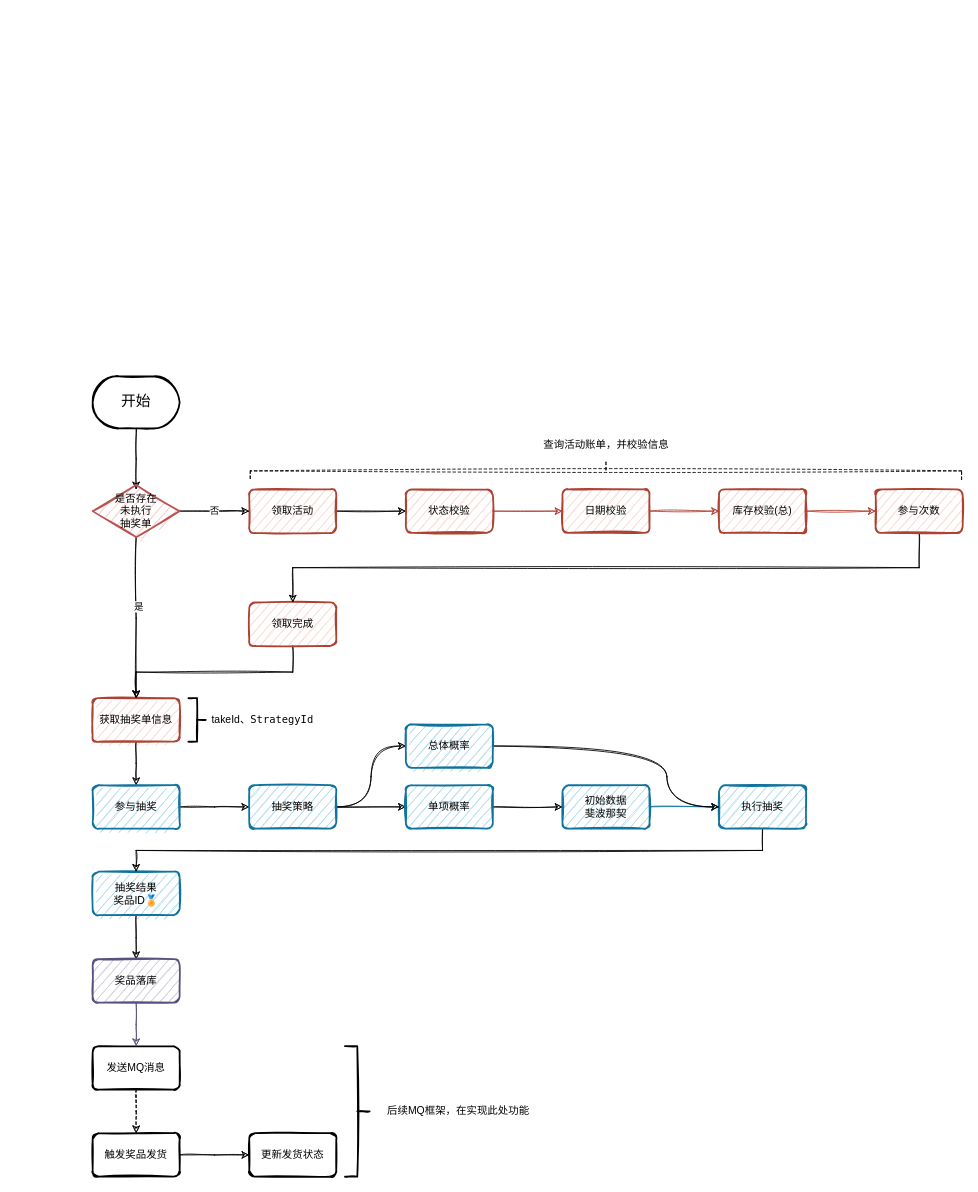
The draw.io diagram doc/assets/visio/抽奖系统.drawio in chen-cjj/lottery, before the edit. Source tidied: cells renumbered, new cells numbered last; positions are measured from the earlier drawing's top-left corner, leaving out a move shared by most shapes. Both pictures are drawn from the tidied source at 87%, with x=0, y=0 at pixel (92, 115).
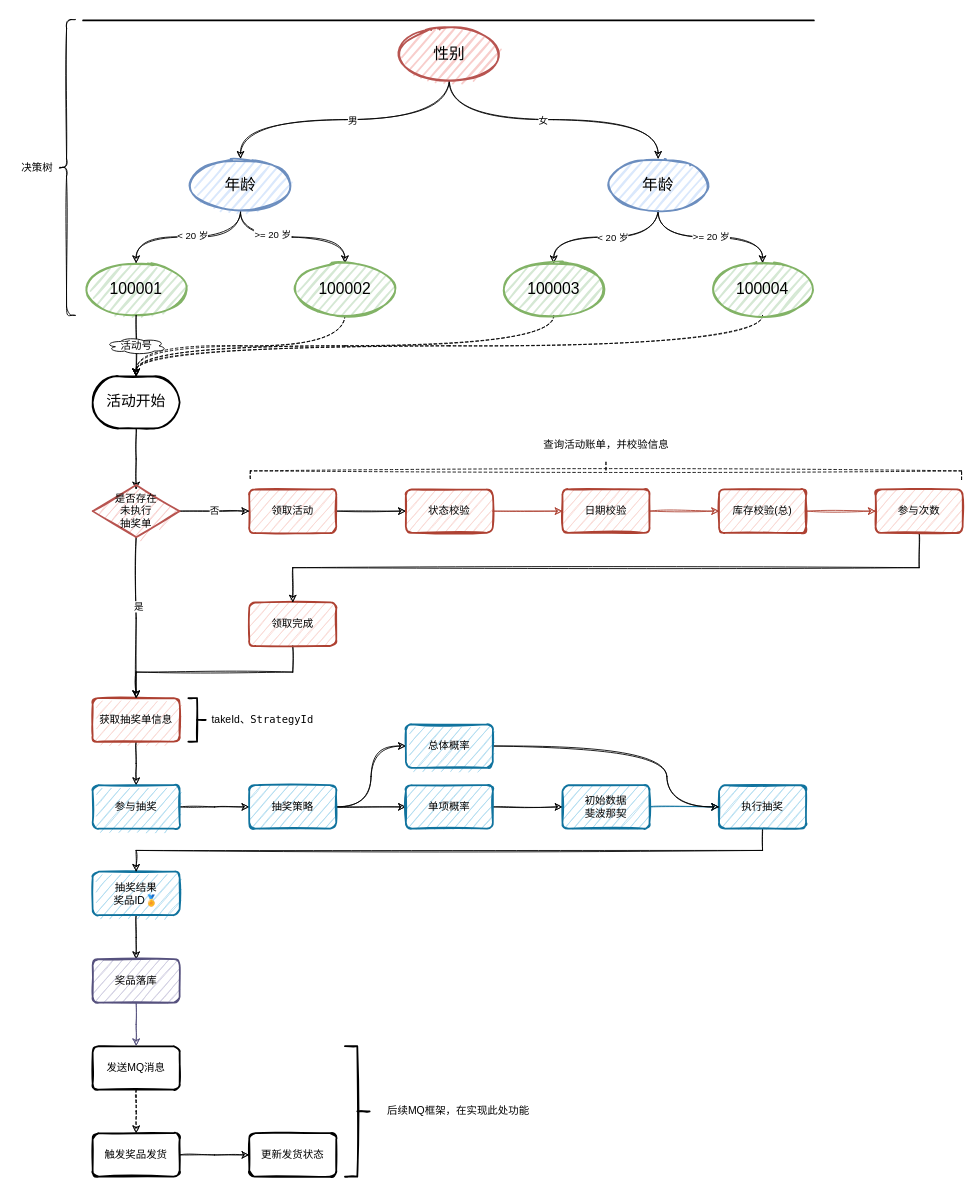
After the change.

The edit, as a diff of the source:
```diff
@@
-    <mxCell id="3" value="&lt;font style=&quot;font-size: 17px&quot;&gt;开始&lt;/font&gt;" style="strokeWidth=2;html=1;shape=mxgraph.flowchart.terminator;whiteSpace=wrap;sketch=1;" parent="1" vertex="1">
+    <mxCell id="3" value="&lt;font style=&quot;font-size: 17px&quot;&gt;活动开始&lt;/font&gt;" style="strokeWidth=2;html=1;shape=mxgraph.flowchart.terminator;whiteSpace=wrap;sketch=1;" parent="1" vertex="1">
       <mxGeometry y="300" width="100" height="60" as="geometry" />
     </mxCell>
@@
+    <mxCell id="50" style="edgeStyle=orthogonalEdgeStyle;curved=1;rounded=0;sketch=1;jettySize=auto;html=1;exitX=0.5;exitY=1;exitDx=0;exitDy=0;entryX=0.5;entryY=0;entryDx=0;entryDy=0;" parent="1" edge="1" source="54" target="59">
+      <mxGeometry relative="1" as="geometry" />
+    </mxCell>
+    <mxCell id="51" value="男" style="edgeLabel;html=1;align=center;verticalAlign=middle;" parent="50" vertex="1">
+      <mxGeometry x="-0.05" relative="1" as="geometry" />
+    </mxCell>
+    <mxCell id="52" style="edgeStyle=orthogonalEdgeStyle;curved=1;rounded=0;sketch=1;jettySize=auto;html=1;exitX=0.5;exitY=1;exitDx=0;exitDy=0;" parent="1" edge="1" source="54" target="64">
+      <mxGeometry relative="1" as="geometry" />
+    </mxCell>
+    <mxCell id="53" value="女" style="edgeLabel;html=1;align=center;verticalAlign=middle;" parent="52" vertex="1">
+      <mxGeometry x="-0.08" relative="1" as="geometry" />
+    </mxCell>
+    <mxCell id="54" value="&lt;font style=&quot;font-size: 18px&quot;&gt;性别&lt;/font&gt;" style="ellipse;whiteSpace=wrap;html=1;strokeWidth=2;fillWeight=2;hachureGap=8;fillColor=#f8cecc;fillStyle=dots;sketch=1;strokeColor=#b85450;" parent="1" vertex="1">
+      <mxGeometry x="350" y="-100" width="120" height="60" as="geometry" />
+    </mxCell>
+    <mxCell id="55" style="edgeStyle=orthogonalEdgeStyle;curved=1;rounded=0;sketch=1;jettySize=auto;html=1;exitX=0.5;exitY=1;exitDx=0;exitDy=0;" parent="1" edge="1" source="59" target="65">
+      <mxGeometry relative="1" as="geometry" />
+    </mxCell>
+    <mxCell id="56" value="&amp;lt; 20 岁" style="edgeLabel;html=1;align=center;verticalAlign=middle;" parent="55" vertex="1">
+      <mxGeometry x="-0.04" y="-2" relative="1" as="geometry" />
+    </mxCell>
+    <mxCell id="57" style="edgeStyle=orthogonalEdgeStyle;curved=1;rounded=0;sketch=1;jettySize=auto;html=1;exitX=0.5;exitY=1;exitDx=0;exitDy=0;entryX=0.5;entryY=0;entryDx=0;entryDy=0;" parent="1" edge="1" source="59" target="67">
+      <mxGeometry relative="1" as="geometry" />
+    </mxCell>
+    <mxCell id="58" value="&amp;gt;= 20 岁" style="edgeLabel;html=1;align=center;verticalAlign=middle;" parent="57" vertex="1">
+      <mxGeometry x="-0.27" y="4" relative="1" as="geometry" />
+    </mxCell>
+    <mxCell id="59" value="&lt;font style=&quot;font-size: 18px&quot;&gt;年龄&lt;/font&gt;" style="ellipse;whiteSpace=wrap;html=1;strokeWidth=2;fillWeight=2;hachureGap=8;fillColor=#dae8fc;fillStyle=dots;sketch=1;strokeColor=#6c8ebf;" parent="1" vertex="1">
+      <mxGeometry x="110" y="50" width="120" height="60" as="geometry" />
+    </mxCell>
+    <mxCell id="60" style="edgeStyle=orthogonalEdgeStyle;curved=1;rounded=0;sketch=1;jettySize=auto;html=1;exitX=0.5;exitY=1;exitDx=0;exitDy=0;entryX=0.5;entryY=0;entryDx=0;entryDy=0;" parent="1" edge="1" source="64" target="69">
+      <mxGeometry relative="1" as="geometry" />
+    </mxCell>
+    <mxCell id="61" value="&amp;lt; 20 岁" style="edgeLabel;html=1;align=center;verticalAlign=middle;" parent="60" vertex="1">
+      <mxGeometry x="-0.08" relative="1" as="geometry" />
+    </mxCell>
+    <mxCell id="62" style="edgeStyle=orthogonalEdgeStyle;curved=1;rounded=0;sketch=1;jettySize=auto;html=1;exitX=0.5;exitY=1;exitDx=0;exitDy=0;" parent="1" edge="1" source="64" target="71">
+      <mxGeometry relative="1" as="geometry" />
+    </mxCell>
+    <mxCell id="63" value="&amp;gt;= 20 岁" style="edgeLabel;html=1;align=center;verticalAlign=middle;" parent="62" vertex="1">
+      <mxGeometry y="1" relative="1" as="geometry" />
+    </mxCell>
+    <mxCell id="64" value="&lt;font style=&quot;font-size: 18px&quot;&gt;年龄&lt;/font&gt;" style="ellipse;whiteSpace=wrap;html=1;strokeWidth=2;fillWeight=2;hachureGap=8;fillColor=#dae8fc;fillStyle=dots;sketch=1;strokeColor=#6c8ebf;" parent="1" vertex="1">
+      <mxGeometry x="590" y="50" width="120" height="60" as="geometry" />
+    </mxCell>
+    <mxCell id="65" value="&lt;font style=&quot;font-size: 18px&quot;&gt;100001&lt;/font&gt;" style="ellipse;whiteSpace=wrap;html=1;strokeWidth=2;fillWeight=2;hachureGap=8;fillColor=#d5e8d4;fillStyle=dots;sketch=1;strokeColor=#82b366;" parent="1" vertex="1">
+      <mxGeometry x="-10" y="170" width="120" height="60" as="geometry" />
+    </mxCell>
+    <mxCell id="66" style="edgeStyle=orthogonalEdgeStyle;curved=1;rounded=0;sketch=1;jettySize=auto;html=1;exitX=0.5;exitY=1;exitDx=0;exitDy=0;dashed=1;strokeWidth=1;" parent="1" edge="1" source="67" target="3">
+      <mxGeometry relative="1" as="geometry" />
+    </mxCell>
+    <mxCell id="67" value="&lt;span style=&quot;font-size: 18px&quot;&gt;100002&lt;/span&gt;" style="ellipse;whiteSpace=wrap;html=1;strokeWidth=2;fillWeight=2;hachureGap=8;fillColor=#d5e8d4;fillStyle=dots;sketch=1;strokeColor=#82b366;" parent="1" vertex="1">
+      <mxGeometry x="230" y="170" width="120" height="60" as="geometry" />
+    </mxCell>
+    <mxCell id="68" style="edgeStyle=orthogonalEdgeStyle;curved=1;rounded=0;sketch=1;jettySize=auto;html=1;exitX=0.5;exitY=1;exitDx=0;exitDy=0;dashed=1;strokeWidth=1;" parent="1" edge="1" source="69" target="3">
+      <mxGeometry relative="1" as="geometry" />
+    </mxCell>
+    <mxCell id="69" value="&lt;span style=&quot;font-size: 18px&quot;&gt;100003&lt;/span&gt;" style="ellipse;whiteSpace=wrap;html=1;strokeWidth=2;fillWeight=2;hachureGap=8;fillColor=#d5e8d4;fillStyle=dots;sketch=1;strokeColor=#82b366;" parent="1" vertex="1">
+      <mxGeometry x="470" y="170" width="120" height="60" as="geometry" />
+    </mxCell>
+    <mxCell id="70" style="edgeStyle=orthogonalEdgeStyle;curved=1;rounded=0;sketch=1;jettySize=auto;html=1;exitX=0.5;exitY=1;exitDx=0;exitDy=0;entryX=0.5;entryY=0;entryDx=0;entryDy=0;entryPerimeter=0;dashed=1;strokeWidth=1;" parent="1" edge="1" source="71" target="3">
+      <mxGeometry relative="1" as="geometry" />
+    </mxCell>
+    <mxCell id="71" value="&lt;span style=&quot;font-size: 18px&quot;&gt;100004&lt;/span&gt;" style="ellipse;whiteSpace=wrap;html=1;strokeWidth=2;fillWeight=2;hachureGap=8;fillColor=#d5e8d4;fillStyle=dots;sketch=1;strokeColor=#82b366;" parent="1" vertex="1">
+      <mxGeometry x="710" y="170" width="120" height="60" as="geometry" />
+    </mxCell>
+    <mxCell id="72" style="endArrow=classic;html=1;exitX=0.5;exitY=1;exitDx=0;exitDy=0;entryX=0.5;entryY=0;entryDx=0;entryDy=0;entryPerimeter=0;sketch=1;" parent="1" edge="1" source="65" target="3">
+      <mxGeometry relative="1" as="geometry" />
+    </mxCell>
+    <mxCell id="73" value="活动号" style="shape=cloud;html=1;" parent="72" vertex="1">
+      <mxGeometry width="70" height="20" relative="1" as="geometry">
+        <mxPoint x="-35" y="-10" as="offset" />
+      </mxGeometry>
+    </mxCell>
+    <mxCell id="74" style="shape=curlyBracket;whiteSpace=wrap;html=1;rounded=1;sketch=1;" parent="1" vertex="1">
+      <mxGeometry x="-40" y="-110" width="20" height="340" as="geometry" />
+    </mxCell>
+    <mxCell id="75" value="决策树" style="text;html=1;align=center;verticalAlign=middle;" parent="1" vertex="1">
+      <mxGeometry x="-89" y="51" width="50" height="20" as="geometry" />
+    </mxCell>
+    <mxCell id="76" style="line;strokeWidth=2;html=1;sketch=1;" parent="1" vertex="1">
+      <mxGeometry x="-11" y="-114" width="840" height="10" as="geometry" />
+    </mxCell>
```
